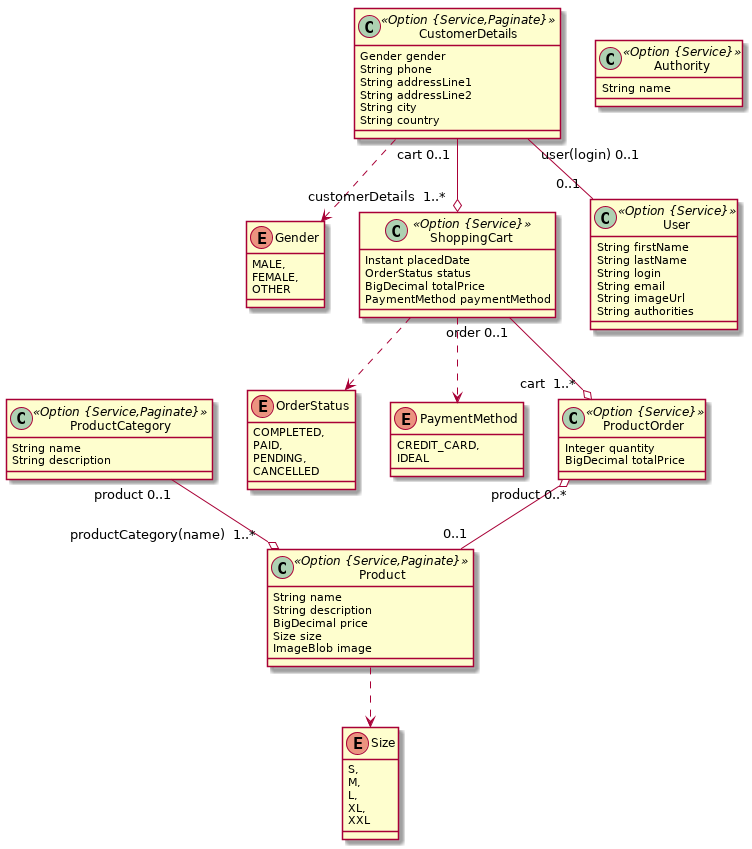
xhul10/adyen-java-react-ecommerce-example keeps this PlantUML diagram as app.png. Above is the earlier version. Source of this version:
```plantuml
@startuml
	!pragma syntax class
	class Product <<Option {Service,Paginate}>> {
		String name
		String description
		BigDecimal price
		Size size
		ImageBlob image
	}
	Product ..> Size
	enum Size {
		S,
		M,
		L,
		XL,
		XXL
	}
	class ProductCategory <<Option {Service,Paginate}>> {
		String name
		String description
	}
	class CustomerDetails <<Option {Service,Paginate}>> {
		Gender gender
		String phone
		String addressLine1
		String addressLine2
		String city
		String country
	}
	CustomerDetails ..> Gender
	enum Gender {
		MALE,
		FEMALE,
		OTHER
	}
	class ShoppingCart <<Option {Service}>> {
		Instant placedDate
		OrderStatus status
		BigDecimal totalPrice
		PaymentMethod paymentMethod
	}
	ShoppingCart ..> OrderStatus
	ShoppingCart ..> PaymentMethod
	enum OrderStatus {
		COMPLETED,
		PAID,
		PENDING,
		CANCELLED
	}
	enum PaymentMethod {
		CREDIT_CARD,
		IDEAL
	}
	class ProductOrder <<Option {Service}>> {
		Integer quantity
		BigDecimal totalPrice
	}
	CustomerDetails  "user(login) 0..1 " -- "0..1 "  User
	ProductOrder  "product 0..* " o-- "0..1 "  Product
	CustomerDetails  "cart 0..1 " --o "customerDetails  1..* "  ShoppingCart
	ShoppingCart  "order 0..1 " --o "cart  1..* "  ProductOrder
	ProductCategory  "product 0..1 " --o "productCategory(name)  1..* "  Product
	class Authority <<Option {Service}>> {
		String name
	}
	class User <<Option {Service}>> {
		String firstName
		String lastName
		String login
		String email
		String imageUrl
		String authorities
	}
@enduml
```
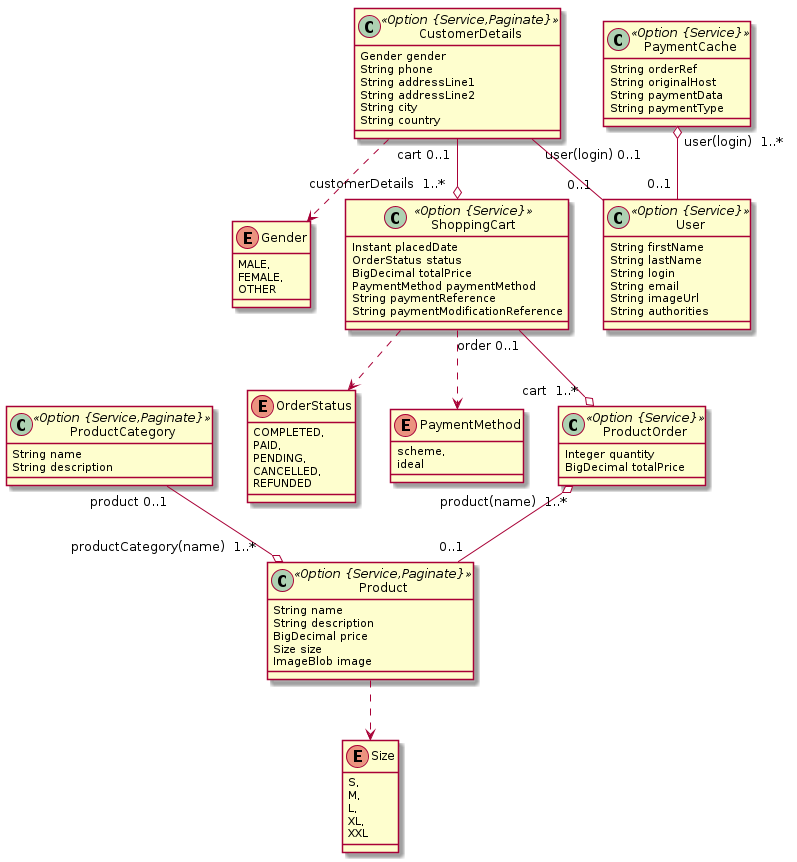
After the change.

The edit, as a diff of the source:
```diff
@@ -38,6 +38,8 @@
 		OrderStatus status
 		BigDecimal totalPrice
 		PaymentMethod paymentMethod
+		String paymentReference
+		String paymentModificationReference
 	}
 	ShoppingCart ..> OrderStatus
 	ShoppingCart ..> PaymentMethod
@@ -45,24 +47,29 @@
 		COMPLETED,
 		PAID,
 		PENDING,
-		CANCELLED
+		CANCELLED,
+		REFUNDED
 	}
 	enum PaymentMethod {
-		CREDIT_CARD,
-		IDEAL
+		scheme,
+		ideal
 	}
 	class ProductOrder <<Option {Service}>> {
 		Integer quantity
 		BigDecimal totalPrice
 	}
+	class PaymentCache <<Option {Service}>> {
+		String orderRef
+		String originalHost
+		String paymentData
+		String paymentType
+	}
+	PaymentCache  "user(login)  1..* " o-- "0..1 "  User
 	CustomerDetails  "user(login) 0..1 " -- "0..1 "  User
-	ProductOrder  "product 0..* " o-- "0..1 "  Product
+	ProductOrder  "product(name)  1..* " o-- "0..1 "  Product
 	CustomerDetails  "cart 0..1 " --o "customerDetails  1..* "  ShoppingCart
 	ShoppingCart  "order 0..1 " --o "cart  1..* "  ProductOrder
 	ProductCategory  "product 0..1 " --o "productCategory(name)  1..* "  Product
-	class Authority <<Option {Service}>> {
-		String name
-	}
 	class User <<Option {Service}>> {
 		String firstName
 		String lastName
```
